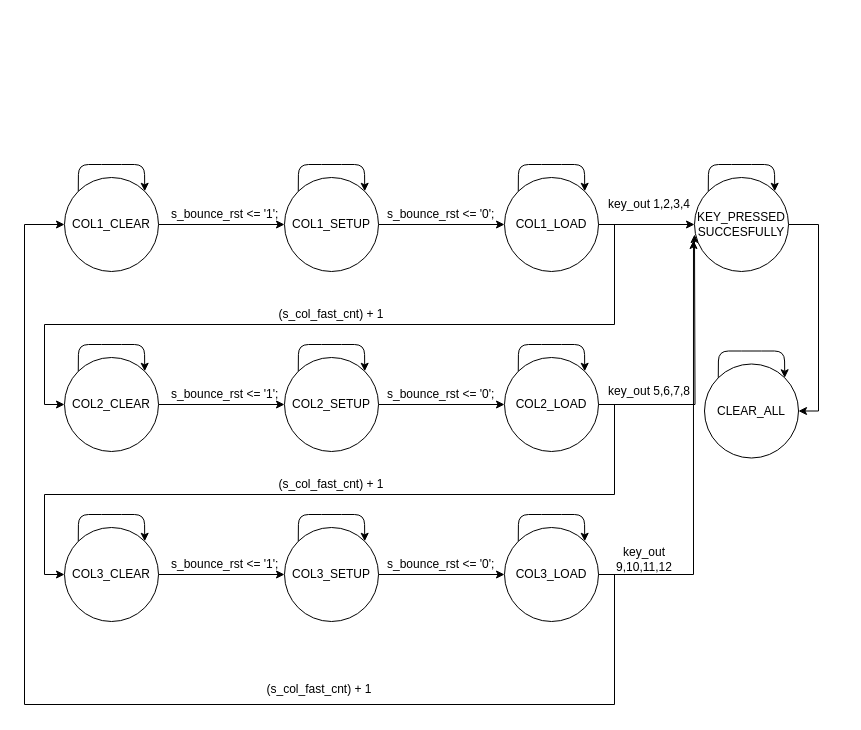
The draw.io diagram img/keybord_statemachine.drawio in gkaretka/DE1-projekt, before the edit. Source tidied: cells renumbered, new cells numbered last; positions are measured from the earlier drawing's top-left corner, leaving out a move shared by most shapes. Both pictures are drawn from the tidied source at 100%, with x=0, y=0 at pixel (24, 164).
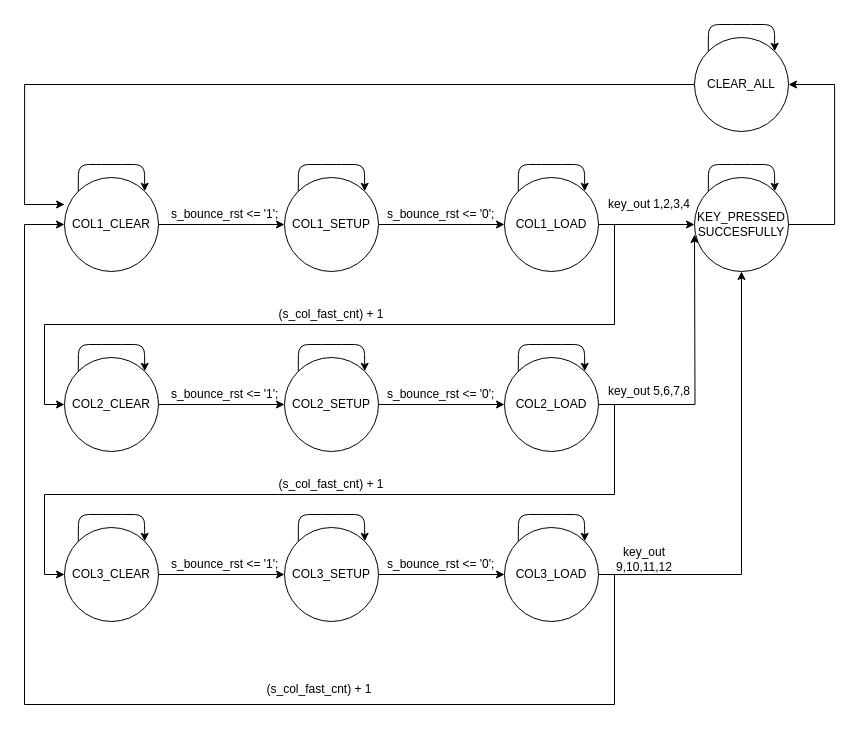
The same diagram, later.

The change refers to these unchanged cells:
```xml
<mxCell id="3" style="ellipse;whiteSpace=wrap;html=1;" parent="1" vertex="1">
  <mxGeometry x="40" y="13" width="94" height="94" as="geometry" />
</mxCell>
<mxCell id="42" style="ellipse;whiteSpace=wrap;html=1;" parent="1" vertex="1">
  <mxGeometry x="480" y="363" width="94" height="94" as="geometry" />
</mxCell>
<mxCell id="48" style="ellipse;whiteSpace=wrap;html=1;" parent="1" vertex="1">
  <mxGeometry x="670" y="13" width="94" height="94" as="geometry" />
</mxCell>
```

Diff of the diagram source:
```diff
@@
-    <mxCell id="41" style="edgeStyle=orthogonalEdgeStyle;rounded=0;jettySize=auto;html=1;entryX=-0.011;entryY=0.67;entryDx=0;entryDy=0;entryPerimeter=0;" parent="1" edge="1" source="42" target="48">
+    <mxCell id="41" style="edgeStyle=orthogonalEdgeStyle;rounded=0;jettySize=auto;html=1;entryX=0.5;entryY=1;entryDx=0;entryDy=0;" parent="1" edge="1" source="42" target="48">
       <mxGeometry relative="1" as="geometry">
         <Array as="points">
-          <mxPoint x="669" y="410" />
+          <mxPoint x="717.1" y="410" />
         </Array>
       </mxGeometry>
     </mxCell>
@@
-    <mxCell id="47" style="edgeStyle=orthogonalEdgeStyle;rounded=0;jettySize=auto;html=1;entryX=1;entryY=0.5;entryDx=0;entryDy=0;" parent="1" edge="1" source="48" target="51">
+    <mxCell id="47" style="edgeStyle=orthogonalEdgeStyle;rounded=0;jettySize=auto;html=1;exitX=1;exitY=0.5;exitDx=0;exitDy=0;entryX=1;entryY=0.5;entryDx=0;entryDy=0;" parent="1" edge="1" source="48" target="51">
       <mxGeometry relative="1" as="geometry">
         <Array as="points">
-          <mxPoint x="794" y="60" />
-          <mxPoint x="794" y="247" />
+          <mxPoint x="810.1" y="60" />
+          <mxPoint x="810.1" y="-80" />
         </Array>
       </mxGeometry>
     </mxCell>
@@
+    <mxCell id="60" style="edgeStyle=orthogonalEdgeStyle;rounded=0;jettySize=auto;html=1;entryX=0.001;entryY=0.287;entryDx=0;entryDy=0;entryPerimeter=0;" parent="1" edge="1" source="51" target="3">
+      <mxGeometry relative="1" as="geometry">
+        <Array as="points">
+          <mxPoint x="0.1" y="-80" />
+          <mxPoint x="0.1" y="40" />
+        </Array>
+      </mxGeometry>
+    </mxCell>
     <mxCell id="51" style="ellipse;whiteSpace=wrap;html=1;" parent="1" vertex="1">
-      <mxGeometry x="680" y="199.5" width="94" height="94" as="geometry" />
+      <mxGeometry x="670" y="-127" width="94" height="94" as="geometry" />
     </mxCell>
     <mxCell id="52" value="CLEAR_ALL" style="text;html=1;strokeColor=none;fillColor=none;align=center;verticalAlign=middle;whiteSpace=wrap;rounded=0;" parent="1" vertex="1">
-      <mxGeometry x="707" y="236.5" width="40" height="20" as="geometry" />
+      <mxGeometry x="697" y="-90" width="40" height="20" as="geometry" />
     </mxCell>
     <mxCell id="53" style="endArrow=classic;html=1;exitX=0;exitY=0;exitDx=0;exitDy=0;entryX=1;entryY=0;entryDx=0;entryDy=0;" parent="1" edge="1" source="51" target="51">
       <mxGeometry relative="1" as="geometry">
         <Array as="points">
-          <mxPoint x="694" y="186.5" />
-          <mxPoint x="727" y="186.5" />
-          <mxPoint x="760" y="186.5" />
+          <mxPoint x="684" y="-140" />
+          <mxPoint x="717" y="-140" />
+          <mxPoint x="750" y="-140" />
         </Array>
       </mxGeometry>
     </mxCell>
```
